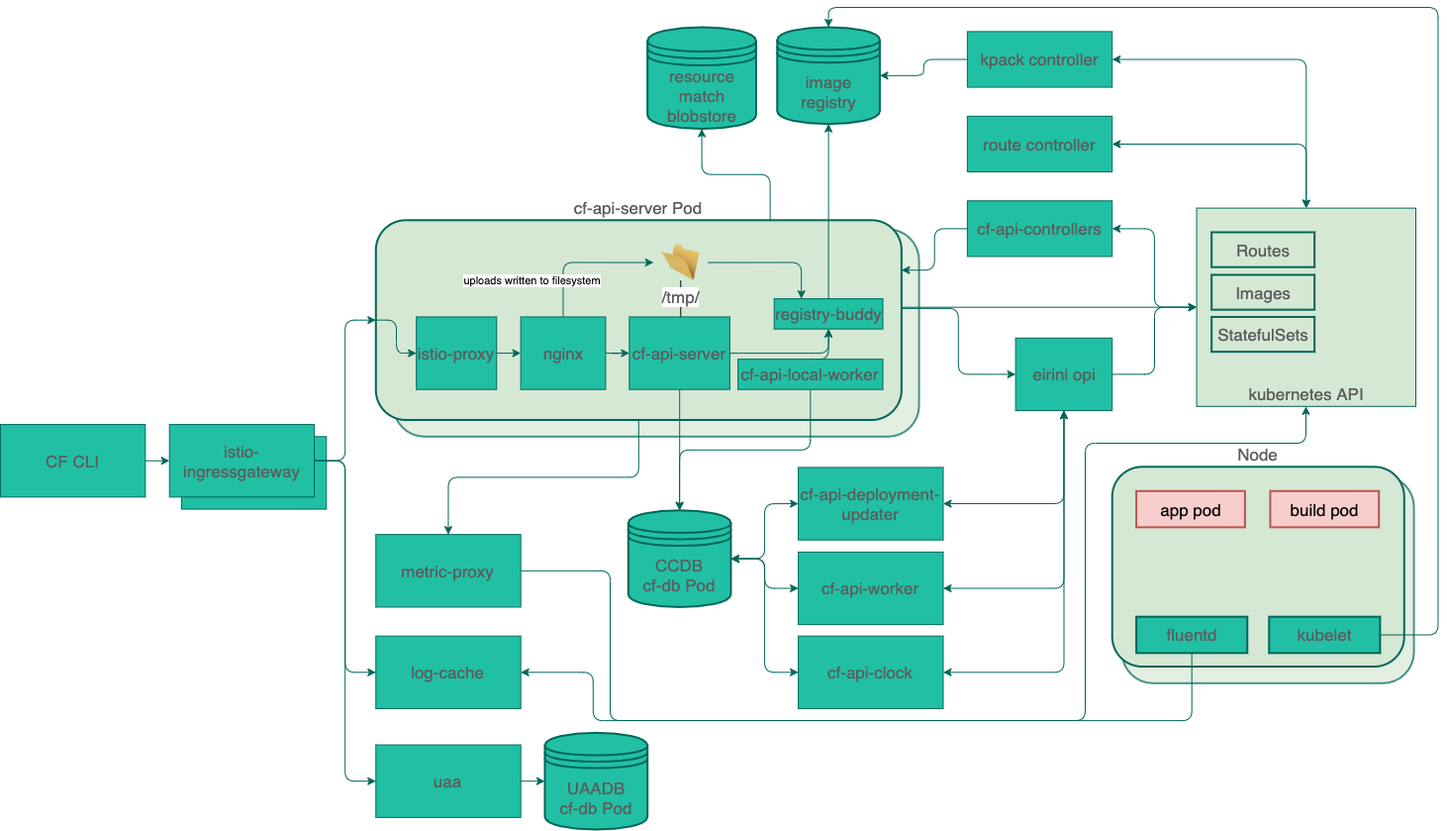
cloudfoundry/capi-k8s-release keeps this draw.io diagram as capi-k8s-release.png. Above is the earlier version. Source tidied: cells renumbered, new cells last; positions are measured from the earlier drawing's top-left corner, leaving out a move shared by most shapes.
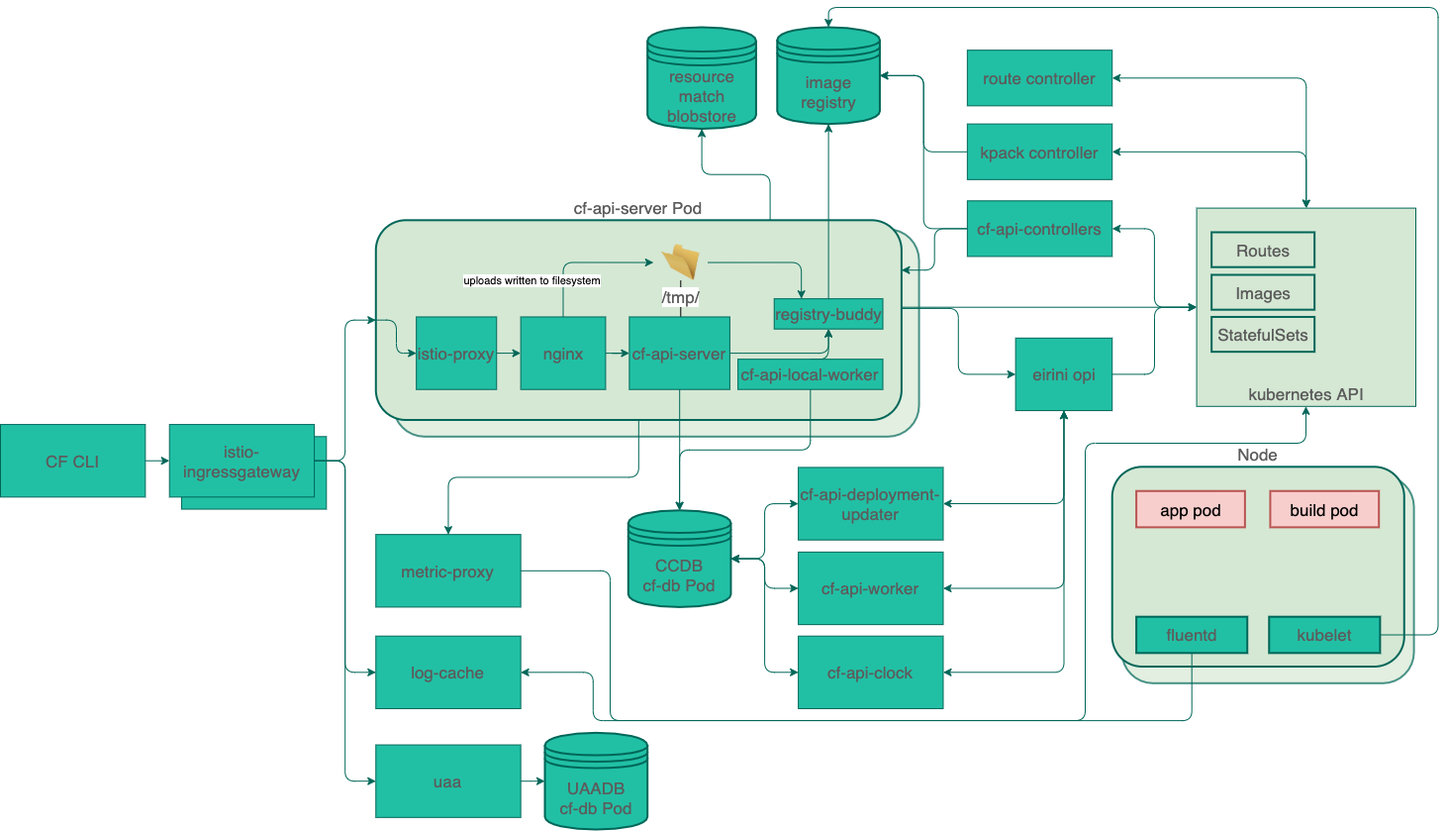
The same file after the commit.

Commit message:
diagram: add connection from cf-api-controllers to image registry

What changed in the source:
```diff
@@ -190,6 +190,9 @@
     <mxCell id="59" style="edgeStyle=orthogonalEdgeStyle;rounded=1;sketch=0;jettySize=auto;html=1;entryX=1;entryY=0.25;entryDx=0;entryDy=0;startArrow=none;startFill=0;endArrow=classic;endFill=1;strokeColor=#006658;fillColor=#21C0A5;fontColor=#5C5C5C;fontSize=17;" parent="2" edge="1" source="60" target="6">
       <mxGeometry relative="1" as="geometry" />
     </mxCell>
+    <mxCell id="76" style="edgeStyle=orthogonalEdgeStyle;rounded=1;jettySize=auto;html=1;exitX=0;exitY=0.5;exitDx=0;exitDy=0;entryX=1;entryY=0.5;entryDx=0;entryDy=0;fontSize=17;fontColor=#5C5C5C;strokeColor=#006658;fillColor=#21C0A5;endFill=1;startFill=0;sketch=0;" parent="2" edge="1" source="60" target="30">
+      <mxGeometry relative="1" as="geometry" />
+    </mxCell>
     <mxCell id="60" value="cf-api-controllers" style="rounded=0;whiteSpace=wrap;html=1;sketch=0;strokeColor=#006658;fillColor=#21C0A5;fontColor=#5C5C5C;fontSize=17;" parent="2" vertex="1">
       <mxGeometry x="976.9" y="195.3" width="146.3" height="56.1" as="geometry" />
     </mxCell>
@@ -200,7 +203,7 @@
       <mxGeometry relative="1" as="geometry" />
     </mxCell>
     <mxCell id="63" value="route controller" style="rounded=0;whiteSpace=wrap;html=1;sketch=0;strokeColor=#006658;fillColor=#21C0A5;fontColor=#5C5C5C;fontSize=17;" parent="2" vertex="1">
-      <mxGeometry x="976.9" y="109.9" width="146.3" height="56.1" as="geometry" />
+      <mxGeometry x="976.9" y="43.2" width="146.3" height="56.1" as="geometry" />
     </mxCell>
     <mxCell id="64" value="resource match&lt;br style=&quot;font-size: 17px&quot;&gt;blobstore" style="shape=datastore;whiteSpace=wrap;html=1;rounded=0;shadow=0;glass=0;sketch=0;strokeColor=#006658;strokeWidth=2;fillColor=#21C0A5;fontColor=#5C5C5C;fontSize=17;" parent="2" vertex="1">
       <mxGeometry x="653.7" y="20" width="109.8" height="102.5" as="geometry" />
@@ -243,13 +246,13 @@
         </Array>
       </mxGeometry>
     </mxCell>
-    <mxCell id="73" value="kpack controller" style="rounded=0;whiteSpace=wrap;html=1;sketch=0;strokeColor=#006658;fillColor=#21C0A5;fontColor=#5C5C5C;fontSize=17;" parent="1" vertex="1">
-      <mxGeometry x="976.9" y="24.4" width="146.3" height="56.1" as="geometry" />
+    <mxCell id="73" value="kpack controller" style="rounded=0;whiteSpace=wrap;html=1;sketch=0;strokeColor=#006658;fillColor=#21C0A5;fontColor=#5C5C5C;fontSize=17;" parent="2" vertex="1">
+      <mxGeometry x="976.9" y="117.7" width="146.3" height="56.1" as="geometry" />
     </mxCell>
-    <mxCell id="74" style="edgeStyle=orthogonalEdgeStyle;rounded=1;sketch=0;jettySize=auto;html=1;startArrow=classic;startFill=1;endArrow=classic;endFill=1;strokeColor=#006658;fillColor=#21C0A5;fontColor=#5C5C5C;fontSize=17;" parent="1" edge="1" source="73" target="39">
+    <mxCell id="74" style="edgeStyle=orthogonalEdgeStyle;rounded=1;sketch=0;jettySize=auto;html=1;startArrow=classic;startFill=1;endArrow=classic;endFill=1;strokeColor=#006658;fillColor=#21C0A5;fontColor=#5C5C5C;fontSize=17;" parent="2" edge="1" source="73" target="39">
       <mxGeometry relative="1" as="geometry" />
     </mxCell>
-    <mxCell id="75" style="edgeStyle=orthogonalEdgeStyle;rounded=1;sketch=0;jettySize=auto;html=1;entryX=1;entryY=0.5;entryDx=0;entryDy=0;startArrow=none;startFill=0;endArrow=classic;endFill=1;strokeColor=#006658;fillColor=#21C0A5;fontColor=#5C5C5C;fontSize=17;" parent="1" edge="1" source="73" target="30">
+    <mxCell id="75" style="edgeStyle=orthogonalEdgeStyle;rounded=1;sketch=0;jettySize=auto;html=1;entryX=1;entryY=0.5;entryDx=0;entryDy=0;startArrow=none;startFill=0;endArrow=classic;endFill=1;strokeColor=#006658;fillColor=#21C0A5;fontColor=#5C5C5C;fontSize=17;" parent="2" edge="1" source="73" target="30">
       <mxGeometry relative="1" as="geometry" />
     </mxCell>
   </root>
```
